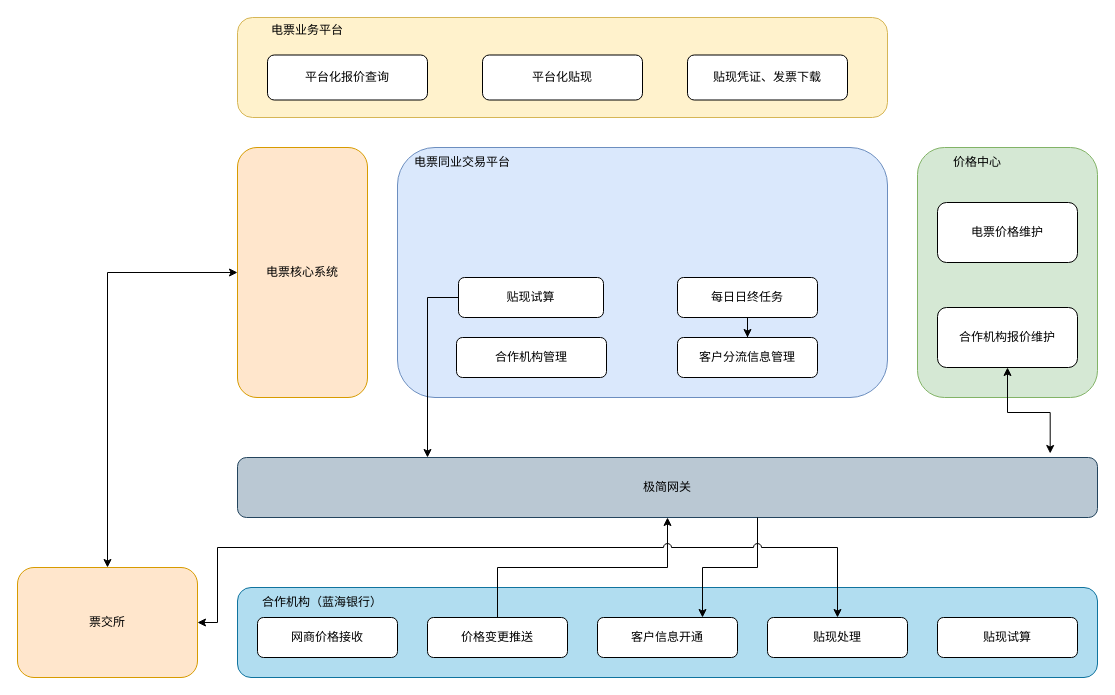
Before: 电票平台化.drawio in windlively/draw.io, a draw.io diagram. Source tidied: cells renumbered, new cells numbered last; positions are measured from the earlier drawing's top-left corner, leaving out a move shared by most shapes. Both pictures are drawn from the tidied source at 100%, with x=0, y=0 at pixel (17, 17).
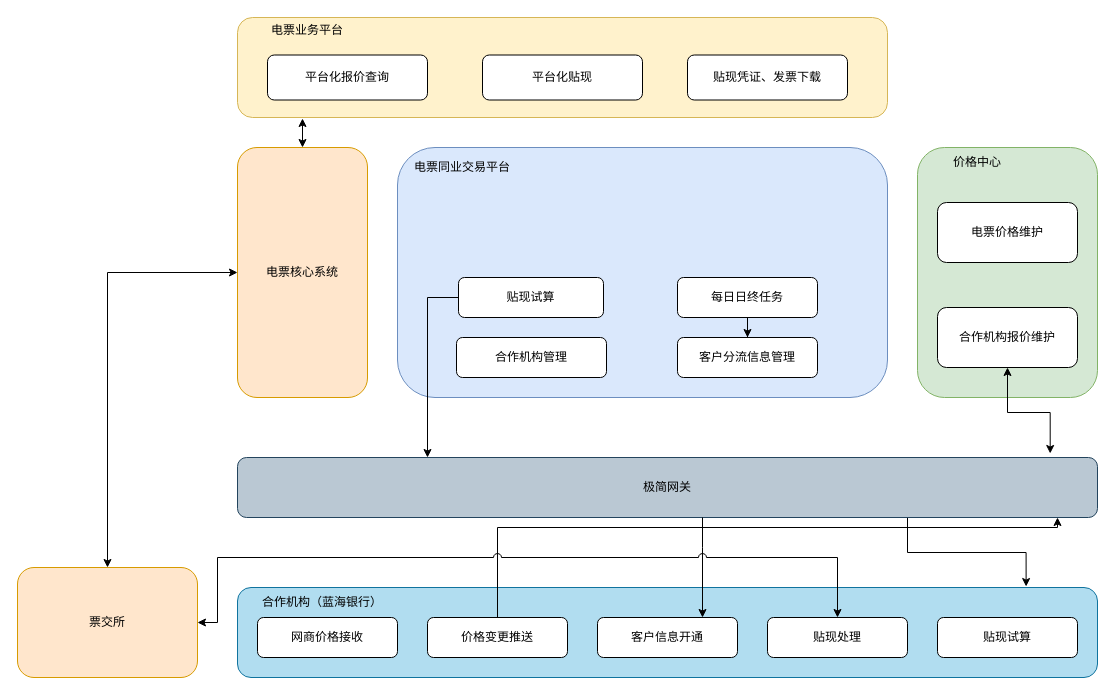
Above is the later version.

Commit message:
更新电票平台化.drawio

The change refers to these unchanged cells:
```xml
<mxCell id="14" value="极简网关" style="rounded=1;whiteSpace=wrap;html=1;fillColor=#bac8d3;strokeColor=#23445d;" parent="1" vertex="1">
  <mxGeometry x="220" y="440" width="860" height="60" as="geometry" />
</mxCell>
<mxCell id="15" style="rounded=1;whiteSpace=wrap;html=1;fillColor=#b1ddf0;strokeColor=#10739e;" parent="1" vertex="1">
  <mxGeometry x="220" y="570" width="860" height="90" as="geometry" />
</mxCell>
<mxCell id="24" value="价格变更推送" style="rounded=1;whiteSpace=wrap;html=1;" parent="1" vertex="1">
  <mxGeometry x="410" y="600" width="140" height="40" as="geometry" />
</mxCell>
<mxCell id="25" value="客户信息开通" style="rounded=1;whiteSpace=wrap;html=1;" parent="1" vertex="1">
  <mxGeometry x="580" y="600" width="140" height="40" as="geometry" />
</mxCell>
<mxCell id="26" value="贴现处理" style="rounded=1;whiteSpace=wrap;html=1;" parent="1" vertex="1">
  <mxGeometry x="750" y="600" width="140" height="40" as="geometry" />
</mxCell>
<mxCell id="30" value="票交所" style="rounded=1;whiteSpace=wrap;html=1;fillColor=#ffe6cc;strokeColor=#d79b00;" parent="1" vertex="1">
  <mxGeometry y="550" width="180" height="110" as="geometry" />
</mxCell>
<mxCell id="32" value="电票核心系统" style="rounded=1;whiteSpace=wrap;html=1;fillColor=#ffe6cc;strokeColor=#d79b00;" parent="1" vertex="1">
  <mxGeometry x="220" y="130" width="130" height="250" as="geometry" />
</mxCell>
```

The edit, as a diff of the source:
```diff
@@
+    <mxCell id="34" style="edgeStyle=orthogonalEdgeStyle;rounded=0;jumpStyle=arc;jumpSize=8;jettySize=auto;html=1;entryX=0.917;entryY=-0.011;entryDx=0;entryDy=0;entryPerimeter=0;startArrow=none;startFill=0;endArrow=classic;endFill=1;strokeColor=#000000;" parent="1" edge="1" source="14" target="15">
+      <mxGeometry relative="1" as="geometry">
+        <Array as="points">
+          <mxPoint x="890" y="535" />
+          <mxPoint x="1009" y="535" />
+        </Array>
+      </mxGeometry>
+    </mxCell>
@@
     <mxCell id="23" style="edgeStyle=orthogonalEdgeStyle;rounded=0;jettySize=auto;html=1;" parent="1" edge="1" source="24" target="14">
-      <mxGeometry relative="1" as="geometry" />
+      <mxGeometry relative="1" as="geometry">
+        <Array as="points">
+          <mxPoint x="480" y="510" />
+          <mxPoint x="1040" y="510" />
+        </Array>
+      </mxGeometry>
     </mxCell>
@@
     <mxCell id="28" style="edgeStyle=orthogonalEdgeStyle;rounded=0;jettySize=auto;html=1;entryX=0.75;entryY=0;entryDx=0;entryDy=0;" parent="1" edge="1" source="14" target="25">
       <mxGeometry relative="1" as="geometry">
         <Array as="points">
-          <mxPoint x="740" y="550" />
-          <mxPoint x="685" y="550" />
+          <mxPoint x="685" y="530" />
+          <mxPoint x="685" y="530" />
         </Array>
       </mxGeometry>
     </mxCell>
     <mxCell id="29" style="edgeStyle=orthogonalEdgeStyle;rounded=0;jettySize=auto;html=1;entryX=0.5;entryY=0;entryDx=0;entryDy=0;jumpStyle=arc;jumpSize=8;endArrow=classic;endFill=1;startArrow=classic;startFill=1;" parent="1" edge="1" source="30" target="26">
       <mxGeometry relative="1" as="geometry">
         <Array as="points">
           <mxPoint x="200" y="605" />
-          <mxPoint x="200" y="530" />
-          <mxPoint x="820" y="530" />
+          <mxPoint x="200" y="540" />
+          <mxPoint x="820" y="540" />
         </Array>
       </mxGeometry>
     </mxCell>
@@
+    <mxCell id="35" style="edgeStyle=orthogonalEdgeStyle;rounded=0;jumpStyle=arc;jumpSize=8;jettySize=auto;html=1;startArrow=classic;startFill=1;endArrow=classic;endFill=1;strokeColor=#000000;" parent="1" edge="1" source="32">
+      <mxGeometry relative="1" as="geometry">
+        <mxPoint x="285" y="101" as="targetPoint" />
+      </mxGeometry>
+    </mxCell>
@@
     <mxCell id="33" value="电票同业交易平台" style="text;html=1;strokeColor=none;fillColor=none;align=center;verticalAlign=middle;whiteSpace=wrap;rounded=0;" parent="1" vertex="1">
-      <mxGeometry x="390" y="135" width="110" height="20" as="geometry" />
+      <mxGeometry x="390" y="140" width="110" height="20" as="geometry" />
     </mxCell>
```
